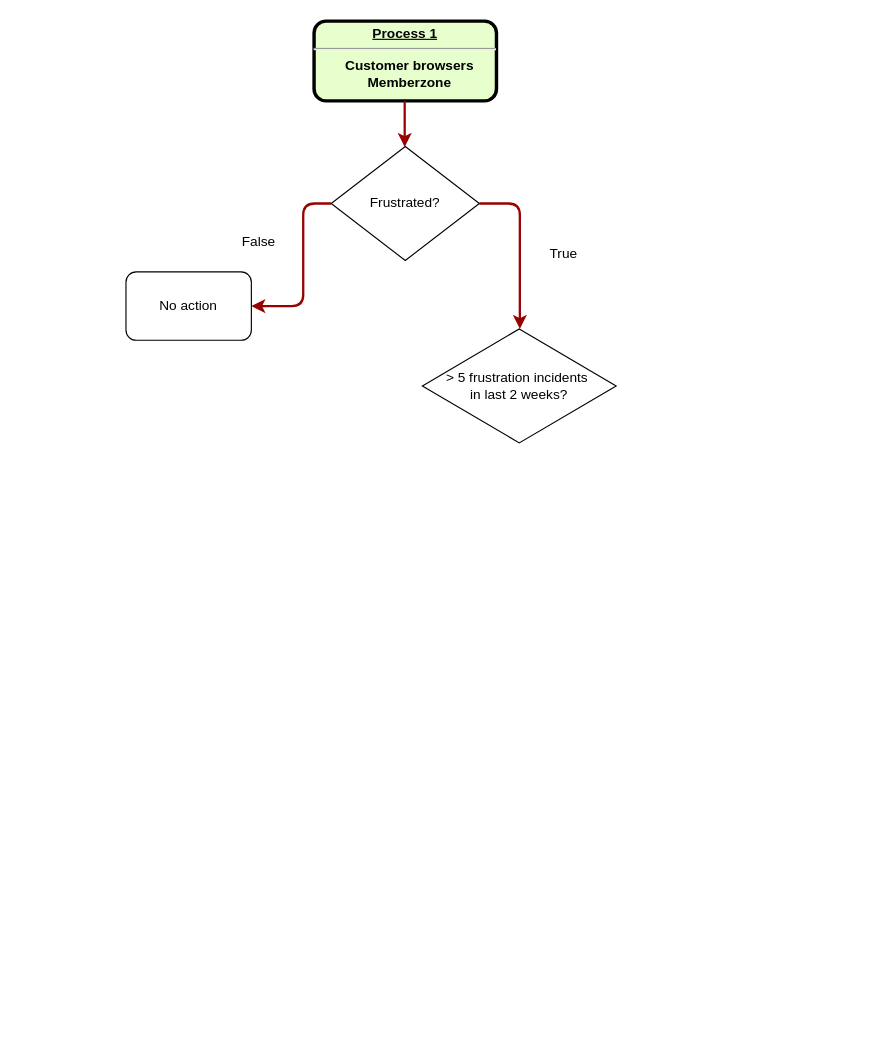
Before: Untitled Diagram.drawio in PhilipMachineLearning/Deep-Learning-in-Asset-Pricing, a draw.io diagram. Source tidied: cells renumbered, new cells numbered last; positions are measured from the earlier drawing's top-left corner, leaving out a move shared by most shapes. Both pictures are drawn from the tidied source at 114%, with x=0, y=0 at pixel (125, 21).
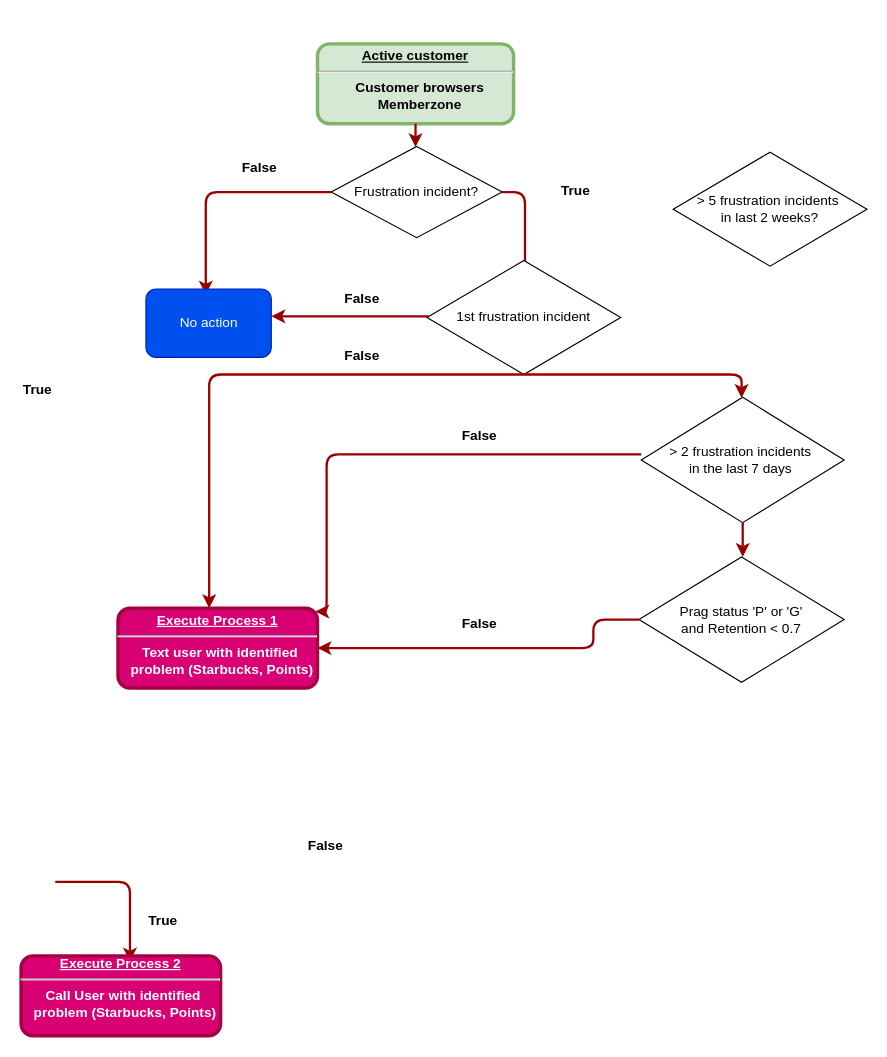
After the change.

The edit, as a diff of the source:
```diff
@@
-    <mxCell id="2" value="&lt;p style=&quot;margin: 0px ; margin-top: 4px ; text-align: center ; text-decoration: underline&quot;&gt;&lt;strong&gt;Process 1&lt;br&gt;&lt;/strong&gt;&lt;/p&gt;&lt;hr&gt;&lt;p style=&quot;margin: 0px ; margin-left: 8px&quot;&gt;Customer browsers&lt;/p&gt;&lt;p style=&quot;margin: 0px ; margin-left: 8px&quot;&gt;Memberzone&lt;/p&gt;" style="verticalAlign=middle;align=center;overflow=fill;fontSize=12;fontFamily=Helvetica;html=1;rounded=1;fontStyle=1;strokeWidth=3;fillColor=#E6FFCC;" parent="1" vertex="1">
-      <mxGeometry x="165" width="160" height="70" as="geometry" />
+    <mxCell id="2" value="&lt;p style=&quot;margin: 0px ; margin-top: 4px ; text-align: center ; text-decoration: underline&quot;&gt;&lt;strong&gt;Active customer&lt;br&gt;&lt;/strong&gt;&lt;/p&gt;&lt;hr&gt;&lt;p style=&quot;margin: 0px ; margin-left: 8px&quot;&gt;Customer browsers&lt;/p&gt;&lt;p style=&quot;margin: 0px ; margin-left: 8px&quot;&gt;Memberzone&lt;/p&gt;" style="verticalAlign=middle;align=center;overflow=fill;fontSize=12;fontFamily=Helvetica;html=1;rounded=1;fontStyle=1;strokeWidth=3;fillColor=#d5e8d4;strokeColor=#82b366;" parent="1" vertex="1">
+      <mxGeometry x="168" y="20" width="172" height="70" as="geometry" />
     </mxCell>
-    <mxCell id="3" style="edgeStyle=elbowEdgeStyle;elbow=horizontal;strokeColor=#990000;strokeWidth=2;" parent="1" edge="1" target="4">
-      <mxGeometry relative="1" as="geometry">
-        <mxPoint x="244.5" y="70" as="sourcePoint" />
-        <Array as="points">
-          <mxPoint x="244.5" y="154" />
-        </Array>
-      </mxGeometry>
+    <mxCell id="3" style="edgeStyle=elbowEdgeStyle;elbow=horizontal;strokeColor=#990000;strokeWidth=2;exitX=0.5;exitY=1;exitDx=0;exitDy=0;" parent="1" edge="1" source="2" target="4">
+      <mxGeometry relative="1" as="geometry" />
     </mxCell>
-    <mxCell id="4" value="Frustrated?&lt;br&gt;" style="rhombus;whiteSpace=wrap;html=1;" parent="1" vertex="1">
-      <mxGeometry x="180" y="110" width="130" height="100" as="geometry" />
+    <mxCell id="4" value="Frustration incident?&lt;br&gt;" style="rhombus;whiteSpace=wrap;html=1;" parent="1" vertex="1">
+      <mxGeometry x="180" y="110" width="150" height="80" as="geometry" />
     </mxCell>
-    <mxCell id="5" style="edgeStyle=elbowEdgeStyle;elbow=horizontal;strokeColor=#990000;strokeWidth=2;" parent="1" edge="1">
+    <mxCell id="5" style="edgeStyle=elbowEdgeStyle;elbow=horizontal;strokeColor=#990000;strokeWidth=2;entryX=0.477;entryY=0.083;entryDx=0;entryDy=0;entryPerimeter=0;" parent="1" edge="1" target="9">
       <mxGeometry relative="1" as="geometry">
-        <mxPoint x="180" y="160" as="sourcePoint" />
-        <mxPoint x="110" y="250" as="targetPoint" />
+        <mxPoint x="180" y="150" as="sourcePoint" />
         <Array as="points">
-          <mxPoint x="155.5" y="200" />
+          <mxPoint x="70" y="135" />
         </Array>
       </mxGeometry>
     </mxCell>
-    <mxCell id="6" style="edgeStyle=elbowEdgeStyle;elbow=horizontal;strokeColor=#990000;strokeWidth=2;" parent="1" edge="1">
+    <mxCell id="6" style="edgeStyle=elbowEdgeStyle;elbow=horizontal;strokeColor=#990000;strokeWidth=2;exitX=1;exitY=0.5;exitDx=0;exitDy=0;" parent="1" edge="1" source="4">
       <mxGeometry relative="1" as="geometry">
-        <mxPoint x="310" y="160" as="sourcePoint" />
-        <mxPoint x="346" y="270" as="targetPoint" />
+        <mxPoint x="350" y="230" as="targetPoint" />
         <Array as="points">
-          <mxPoint x="345.5" y="200" />
+          <mxPoint x="350" y="190" />
         </Array>
       </mxGeometry>
     </mxCell>
-    <mxCell id="7" value="False&lt;br&gt;&lt;br&gt;" style="text;html=1;" parent="1" vertex="1">
-      <mxGeometry x="100" y="180" width="55" height="30" as="geometry" />
+    <mxCell id="7" value="&lt;b&gt;False&lt;br&gt;&lt;/b&gt;&lt;br&gt;" style="text;html=1;" parent="1" vertex="1">
+      <mxGeometry x="100" y="115" width="55" height="30" as="geometry" />
     </mxCell>
-    <mxCell id="8" value="True&lt;br&gt;&lt;br&gt;" style="text;html=1;" parent="1" vertex="1">
-      <mxGeometry x="370" y="190" width="55" height="30" as="geometry" />
+    <mxCell id="8" value="&lt;b&gt;True&lt;br&gt;&lt;/b&gt;&lt;br&gt;" style="text;html=1;" parent="1" vertex="1">
+      <mxGeometry x="380" y="135" width="55" height="30" as="geometry" />
     </mxCell>
-    <mxCell id="9" value="No action" style="rounded=1;whiteSpace=wrap;html=1;" parent="1" vertex="1">
-      <mxGeometry y="220" width="110" height="60" as="geometry" />
+    <mxCell id="9" value="No action" style="rounded=1;whiteSpace=wrap;html=1;fillColor=#0050ef;strokeColor=#001DBC;fontColor=#ffffff;" parent="1" vertex="1">
+      <mxGeometry x="17.5" y="235" width="110" height="60" as="geometry" />
     </mxCell>
-    <mxCell id="10" value="&amp;gt; 5 frustration incidents&amp;nbsp;&lt;br&gt;in last 2 weeks?&lt;br&gt;" style="rhombus;whiteSpace=wrap;html=1;" parent="1" vertex="1">
-      <mxGeometry x="260" y="270" width="170" height="100" as="geometry" />
+    <mxCell id="10" value="&amp;gt; 2 frustration incidents&amp;nbsp;&lt;br&gt;in the last 7 days&amp;nbsp;&lt;br&gt;" style="rhombus;whiteSpace=wrap;html=1;" parent="1" vertex="1">
+      <mxGeometry x="452" y="330" width="178" height="110" as="geometry" />
     </mxCell>
+    <mxCell id="11" value="&lt;b&gt;False&lt;br&gt;&lt;/b&gt;&lt;br&gt;" style="text;html=1;" parent="1" vertex="1">
+      <mxGeometry x="190" y="230" width="55" height="30" as="geometry" />
+    </mxCell>
+    <mxCell id="12" value="&lt;p style=&quot;margin: 0px ; margin-top: 4px ; text-align: center ; text-decoration: underline&quot;&gt;&lt;strong&gt;Execute Process 1&lt;br&gt;&lt;/strong&gt;&lt;/p&gt;&lt;hr&gt;&lt;p style=&quot;margin: 0px ; margin-left: 8px&quot;&gt;Text user with identified&amp;nbsp;&lt;/p&gt;&lt;p style=&quot;margin: 0px ; margin-left: 8px&quot;&gt;problem (Starbucks, Points)&lt;/p&gt;" style="verticalAlign=middle;align=center;overflow=fill;fontSize=12;fontFamily=Helvetica;html=1;rounded=1;fontStyle=1;strokeWidth=3;fillColor=#d80073;strokeColor=#A50040;fontColor=#ffffff;" parent="1" vertex="1">
+      <mxGeometry x="-7" y="515" width="175" height="70" as="geometry" />
+    </mxCell>
+    <mxCell id="13" style="edgeStyle=elbowEdgeStyle;elbow=horizontal;strokeColor=#990000;strokeWidth=2;" parent="1" edge="1">
+      <mxGeometry relative="1" as="geometry">
+        <mxPoint x="-62" y="755" as="sourcePoint" />
+        <mxPoint x="3.5" y="825" as="targetPoint" />
+        <Array as="points">
+          <mxPoint x="3.5" y="765" />
+          <mxPoint x="43.5" y="755" />
+        </Array>
+      </mxGeometry>
+    </mxCell>
+    <mxCell id="14" value="&lt;u&gt;Execute&amp;nbsp;&lt;strong&gt;Process 2&lt;/strong&gt;&lt;br&gt;&lt;/u&gt;&lt;hr&gt;&lt;p style=&quot;margin: 0px ; margin-left: 8px&quot;&gt;Call User with identified&amp;nbsp;&lt;/p&gt;&lt;p style=&quot;margin: 0px ; margin-left: 8px&quot;&gt;problem (Starbucks, Points)&lt;/p&gt;" style="verticalAlign=middle;align=center;overflow=fill;fontSize=12;fontFamily=Helvetica;html=1;rounded=1;fontStyle=1;strokeWidth=3;fillColor=#d80073;strokeColor=#A50040;fontColor=#ffffff;" parent="1" vertex="1">
+      <mxGeometry x="-92" y="820" width="175" height="70" as="geometry" />
+    </mxCell>
+    <mxCell id="15" value="&lt;b&gt;True&lt;br&gt;&lt;/b&gt;&lt;br&gt;" style="text;html=1;" parent="1" vertex="1">
+      <mxGeometry x="18" y="775" width="55" height="30" as="geometry" />
+    </mxCell>
+    <mxCell id="16" value="&lt;b&gt;False&lt;br&gt;&lt;/b&gt;&lt;br&gt;" style="text;html=1;" parent="1" vertex="1">
+      <mxGeometry x="158" y="710" width="55" height="30" as="geometry" />
+    </mxCell>
+    <mxCell id="17" value="Prag status 'P' or 'G'&lt;br&gt;and Retention &amp;lt; 0.7&lt;br&gt;" style="rhombus;whiteSpace=wrap;html=1;" parent="1" vertex="1">
+      <mxGeometry x="450" y="470" width="180" height="110" as="geometry" />
+    </mxCell>
+    <mxCell id="18" style="edgeStyle=elbowEdgeStyle;elbow=horizontal;strokeColor=#990000;strokeWidth=2;entryX=1;entryY=0.5;entryDx=0;entryDy=0;exitX=0;exitY=0.5;exitDx=0;exitDy=0;" parent="1" edge="1" source="17" target="12">
+      <mxGeometry relative="1" as="geometry">
+        <Array as="points">
+          <mxPoint x="410" y="505" />
+          <mxPoint x="410" y="505" />
+        </Array>
+      </mxGeometry>
+    </mxCell>
+    <mxCell id="19" value="1st frustration incident&lt;br&gt;" style="rhombus;whiteSpace=wrap;html=1;" parent="1" vertex="1">
+      <mxGeometry x="264" y="210" width="170" height="100" as="geometry" />
+    </mxCell>
+    <mxCell id="20" value="&amp;gt; 5 frustration incidents&amp;nbsp;&lt;br&gt;in last 2 weeks?&lt;br&gt;" style="rhombus;whiteSpace=wrap;html=1;" parent="1" vertex="1">
+      <mxGeometry x="480" y="115" width="170" height="100" as="geometry" />
+    </mxCell>
+    <mxCell id="21" style="edgeStyle=elbowEdgeStyle;elbow=horizontal;strokeColor=#990000;strokeWidth=2;exitX=0.5;exitY=1;exitDx=0;exitDy=0;" parent="1" edge="1" source="19" target="12">
+      <mxGeometry relative="1" as="geometry">
+        <Array as="points">
+          <mxPoint x="73" y="510" />
+          <mxPoint x="160" y="430" />
+          <mxPoint x="340" y="350" />
+          <mxPoint x="260" y="380" />
+          <mxPoint x="170" y="380" />
+        </Array>
+      </mxGeometry>
+    </mxCell>
+    <mxCell id="22" value="&lt;b&gt;True&amp;nbsp;&lt;/b&gt;&lt;br&gt;" style="text;html=1;" parent="1" vertex="1">
+      <mxGeometry x="-92" y="310" width="55" height="30" as="geometry" />
+    </mxCell>
+    <mxCell id="23" style="edgeStyle=elbowEdgeStyle;elbow=horizontal;strokeColor=#990000;strokeWidth=2;exitX=0.5;exitY=1;exitDx=0;exitDy=0;" parent="1" edge="1" source="19" target="10">
+      <mxGeometry relative="1" as="geometry">
+        <Array as="points">
+          <mxPoint x="540" y="320" />
+        </Array>
+      </mxGeometry>
+    </mxCell>
+    <mxCell id="24" style="edgeStyle=elbowEdgeStyle;elbow=horizontal;strokeColor=#990000;strokeWidth=2;" parent="1" edge="1" source="19" target="9">
+      <mxGeometry relative="1" as="geometry">
+        <Array as="points">
+          <mxPoint x="210" y="259" />
+          <mxPoint x="240" y="344" />
+        </Array>
+      </mxGeometry>
+    </mxCell>
+    <mxCell id="25" value="&lt;b&gt;False&lt;br&gt;&lt;/b&gt;&lt;br&gt;" style="text;html=1;" parent="1" vertex="1">
+      <mxGeometry x="190" y="280" width="55" height="30" as="geometry" />
+    </mxCell>
+    <mxCell id="26" style="edgeStyle=elbowEdgeStyle;elbow=horizontal;strokeColor=#990000;strokeWidth=2;entryX=0.989;entryY=0.043;entryDx=0;entryDy=0;entryPerimeter=0;" parent="1" edge="1" target="12">
+      <mxGeometry relative="1" as="geometry">
+        <mxPoint x="452" y="380" as="sourcePoint" />
+        <Array as="points">
+          <mxPoint x="176" y="580" />
+          <mxPoint x="263" y="500" />
+          <mxPoint x="443" y="420" />
+          <mxPoint x="363" y="450" />
+          <mxPoint x="273" y="450" />
+        </Array>
+      </mxGeometry>
+    </mxCell>
+    <mxCell id="27" value="&lt;b&gt;False&lt;br&gt;&lt;/b&gt;&lt;br&gt;" style="text;html=1;" parent="1" vertex="1">
+      <mxGeometry x="293" y="350" width="55" height="30" as="geometry" />
+    </mxCell>
+    <mxCell id="28" value="&lt;b&gt;False&lt;br&gt;&lt;/b&gt;&lt;br&gt;" style="text;html=1;" parent="1" vertex="1">
+      <mxGeometry x="293" y="515" width="55" height="30" as="geometry" />
+    </mxCell>
+    <mxCell id="29" style="edgeStyle=elbowEdgeStyle;elbow=horizontal;strokeColor=#990000;strokeWidth=2;" parent="1" edge="1">
+      <mxGeometry relative="1" as="geometry">
+        <mxPoint x="541" y="440" as="sourcePoint" />
+        <mxPoint x="541" y="470" as="targetPoint" />
+      </mxGeometry>
+    </mxCell>
```
